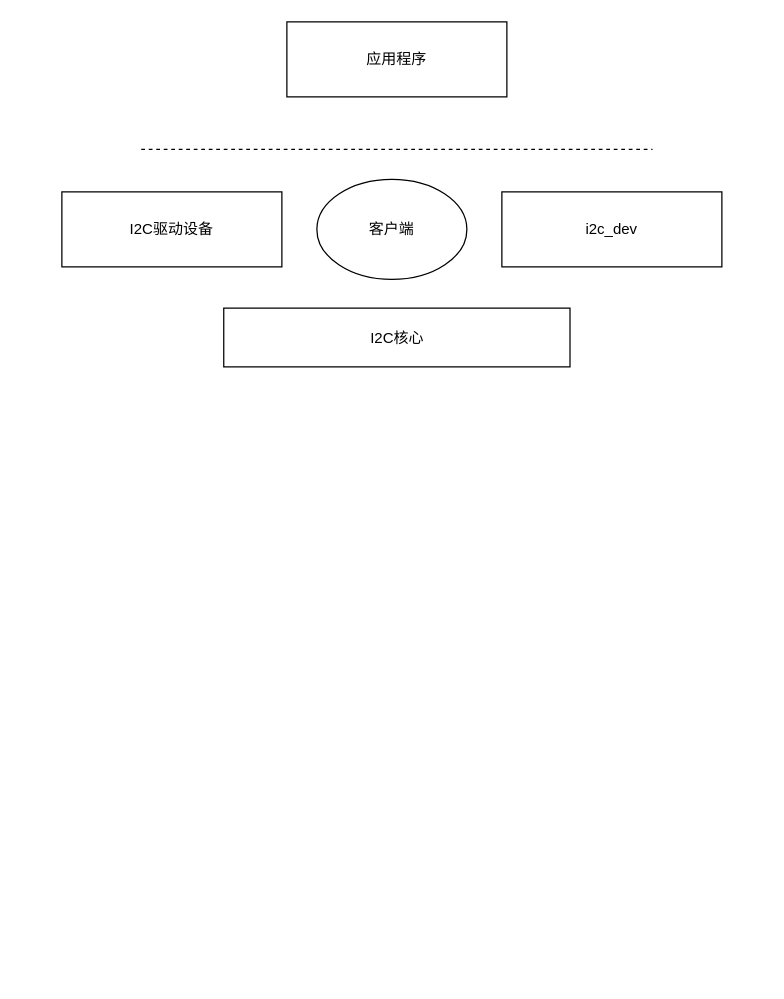
Above: img/Untitled Diagram.drawio in yangpo95/Images (draw.io), before the change. Source tidied: cells renumbered, new cells numbered last; positions are measured from the earlier drawing's top-left corner, leaving out a move shared by most shapes. Both pictures are drawn from the tidied source at 125%, with x=0, y=0 at pixel (61, 21).
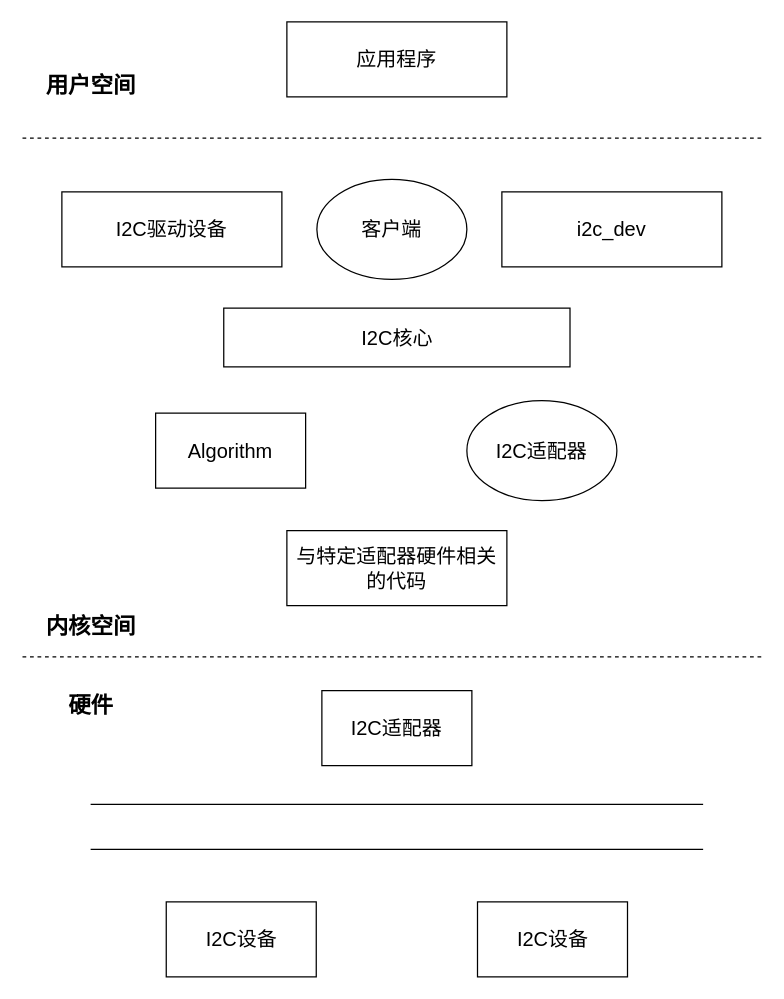
After the change.

Change to the diagram source:
```diff
@@
-    <mxCell id="2" value="应用程序" style="rounded=0;whiteSpace=wrap;html=1;" parent="1" vertex="1">
+    <mxCell id="2" value="&lt;font style=&quot;font-size: 16px&quot;&gt;应用程序&lt;/font&gt;" style="rounded=0;whiteSpace=wrap;html=1;" parent="1" vertex="1">
       <mxGeometry x="180" width="176" height="60" as="geometry" />
     </mxCell>
     <mxCell id="3" style="endArrow=none;dashed=1;html=1;" parent="1" edge="1">
       <mxGeometry relative="1" as="geometry">
-        <mxPoint x="63.5" y="102" as="sourcePoint" />
-        <mxPoint x="472.5" y="102" as="targetPoint" />
+        <mxPoint x="-31.5" y="93" as="sourcePoint" />
+        <mxPoint x="559.5" y="93" as="targetPoint" />
       </mxGeometry>
     </mxCell>
-    <mxCell id="4" value="客户端" style="ellipse;whiteSpace=wrap;html=1;" parent="1" vertex="1">
+    <mxCell id="4" value="&lt;font style=&quot;font-size: 16px&quot;&gt;客户端&lt;/font&gt;" style="ellipse;whiteSpace=wrap;html=1;" parent="1" vertex="1">
       <mxGeometry x="204" y="126" width="120" height="80" as="geometry" />
     </mxCell>
-    <mxCell id="5" value="I2C驱动设备" style="rounded=0;whiteSpace=wrap;html=1;" parent="1" vertex="1">
+    <mxCell id="5" value="&lt;font style=&quot;font-size: 16px&quot;&gt;I2C驱动设备&lt;/font&gt;" style="rounded=0;whiteSpace=wrap;html=1;" parent="1" vertex="1">
       <mxGeometry y="136" width="176" height="60" as="geometry" />
     </mxCell>
-    <mxCell id="6" value="i2c_dev" style="rounded=0;whiteSpace=wrap;html=1;" parent="1" vertex="1">
+    <mxCell id="6" value="&lt;font style=&quot;font-size: 16px&quot;&gt;i2c_dev&lt;/font&gt;" style="rounded=0;whiteSpace=wrap;html=1;" parent="1" vertex="1">
       <mxGeometry x="352" y="136" width="176" height="60" as="geometry" />
     </mxCell>
-    <mxCell id="7" value="I2C核心" style="rounded=0;whiteSpace=wrap;html=1;" parent="1" vertex="1">
+    <mxCell id="7" value="&lt;font style=&quot;font-size: 16px&quot;&gt;I2C核心&lt;/font&gt;" style="rounded=0;whiteSpace=wrap;html=1;" parent="1" vertex="1">
       <mxGeometry x="129.5" y="229" width="277" height="47" as="geometry" />
     </mxCell>
+    <mxCell id="8" value="&lt;font style=&quot;font-size: 16px&quot;&gt;Algorithm&lt;/font&gt;" style="rounded=0;whiteSpace=wrap;html=1;" parent="1" vertex="1">
+      <mxGeometry x="75" y="313" width="120" height="60" as="geometry" />
+    </mxCell>
+    <mxCell id="9" value="&lt;font style=&quot;font-size: 16px&quot;&gt;I2C适配器&lt;/font&gt;" style="ellipse;whiteSpace=wrap;html=1;" parent="1" vertex="1">
+      <mxGeometry x="324" y="303" width="120" height="80" as="geometry" />
+    </mxCell>
+    <mxCell id="10" value="&lt;font style=&quot;font-size: 16px&quot;&gt;与特定适配器硬件相关的代码&lt;/font&gt;" style="rounded=0;whiteSpace=wrap;html=1;" parent="1" vertex="1">
+      <mxGeometry x="180" y="407" width="176" height="60" as="geometry" />
+    </mxCell>
+    <mxCell id="11" style="endArrow=none;dashed=1;html=1;" parent="1" edge="1">
+      <mxGeometry relative="1" as="geometry">
+        <mxPoint x="-31.5" y="508" as="sourcePoint" />
+        <mxPoint x="559.5" y="508" as="targetPoint" />
+      </mxGeometry>
+    </mxCell>
+    <mxCell id="12" value="&lt;font style=&quot;font-size: 16px&quot;&gt;I2C适配器&lt;/font&gt;" style="rounded=0;whiteSpace=wrap;html=1;" parent="1" vertex="1">
+      <mxGeometry x="208" y="535" width="120" height="60" as="geometry" />
+    </mxCell>
+    <mxCell id="13" value="&lt;font style=&quot;font-size: 16px&quot;&gt;I2C设备&lt;/font&gt;" style="rounded=0;whiteSpace=wrap;html=1;" parent="1" vertex="1">
+      <mxGeometry x="83.5" y="704" width="120" height="60" as="geometry" />
+    </mxCell>
+    <mxCell id="14" value="&lt;font style=&quot;font-size: 16px&quot;&gt;I2C设备&lt;/font&gt;" style="rounded=0;whiteSpace=wrap;html=1;" parent="1" vertex="1">
+      <mxGeometry x="332.5" y="704" width="120" height="60" as="geometry" />
+    </mxCell>
+    <mxCell id="15" style="endArrow=none;html=1;" parent="1" edge="1">
+      <mxGeometry relative="1" as="geometry">
+        <mxPoint x="23" y="662" as="sourcePoint" />
+        <mxPoint x="513" y="662" as="targetPoint" />
+      </mxGeometry>
+    </mxCell>
+    <mxCell id="16" style="endArrow=none;html=1;" parent="1" edge="1">
+      <mxGeometry relative="1" as="geometry">
+        <mxPoint x="23" y="626" as="sourcePoint" />
+        <mxPoint x="513" y="626" as="targetPoint" />
+      </mxGeometry>
+    </mxCell>
+    <mxCell id="17" value="&lt;font style=&quot;font-size: 18px&quot;&gt;&lt;b&gt;用户空间&lt;/b&gt;&lt;/font&gt;" style="text;html=1;align=center;verticalAlign=middle;" parent="1" vertex="1">
+      <mxGeometry x="-18" y="41" width="82" height="19" as="geometry" />
+    </mxCell>
+    <mxCell id="18" value="&lt;font style=&quot;font-size: 18px&quot;&gt;&lt;b&gt;内核空间&lt;/b&gt;&lt;/font&gt;" style="text;html=1;align=center;verticalAlign=middle;" parent="1" vertex="1">
+      <mxGeometry x="-18" y="474" width="82" height="19" as="geometry" />
+    </mxCell>
+    <mxCell id="19" value="&lt;font style=&quot;font-size: 18px&quot;&gt;&lt;b&gt;硬件&lt;/b&gt;&lt;/font&gt;" style="text;html=1;align=center;verticalAlign=middle;" parent="1" vertex="1">
+      <mxGeometry y="537" width="46" height="19" as="geometry" />
+    </mxCell>
```
